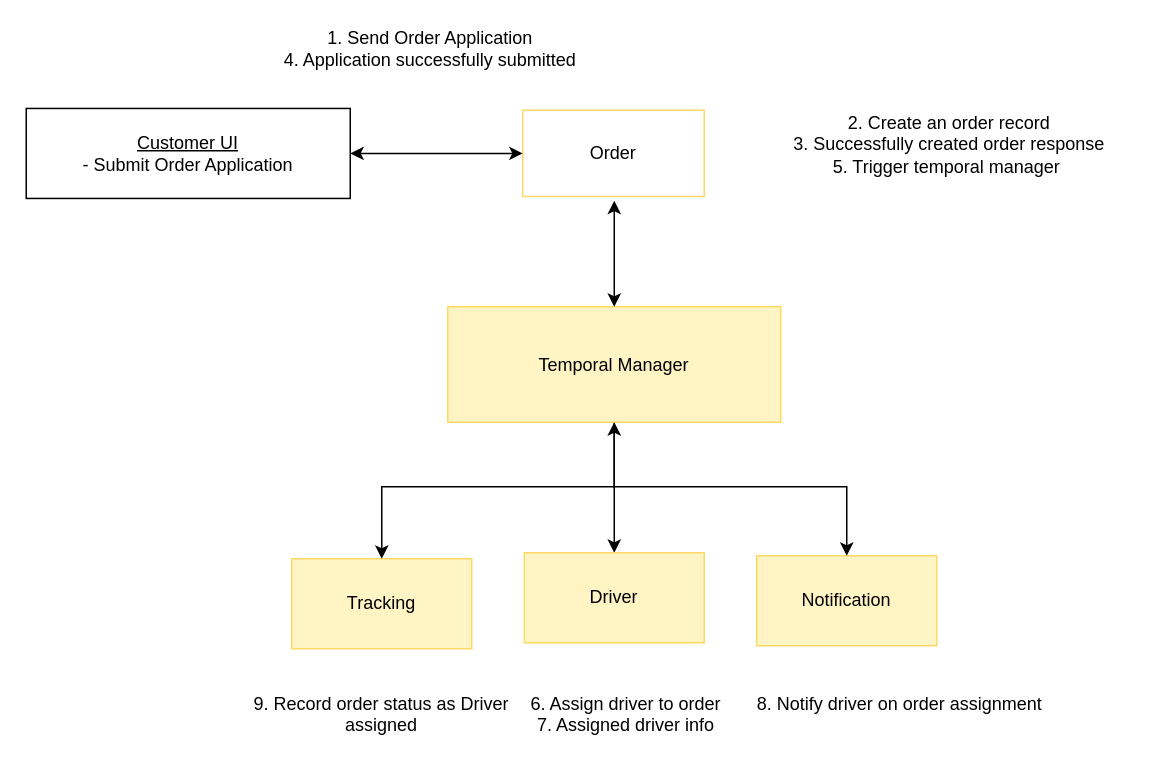
The draw.io diagram diagrams/CustomerSubmitOrderRequest.drawio in darkliyznyanlin910/esd-2425T2, before the edit. Source tidied: cells renumbered, new cells numbered last; positions are measured from the earlier drawing's top-left corner, leaving out a move shared by most shapes. Both pictures are drawn from the tidied source at 150%, with x=0, y=0 at pixel (26, 26).
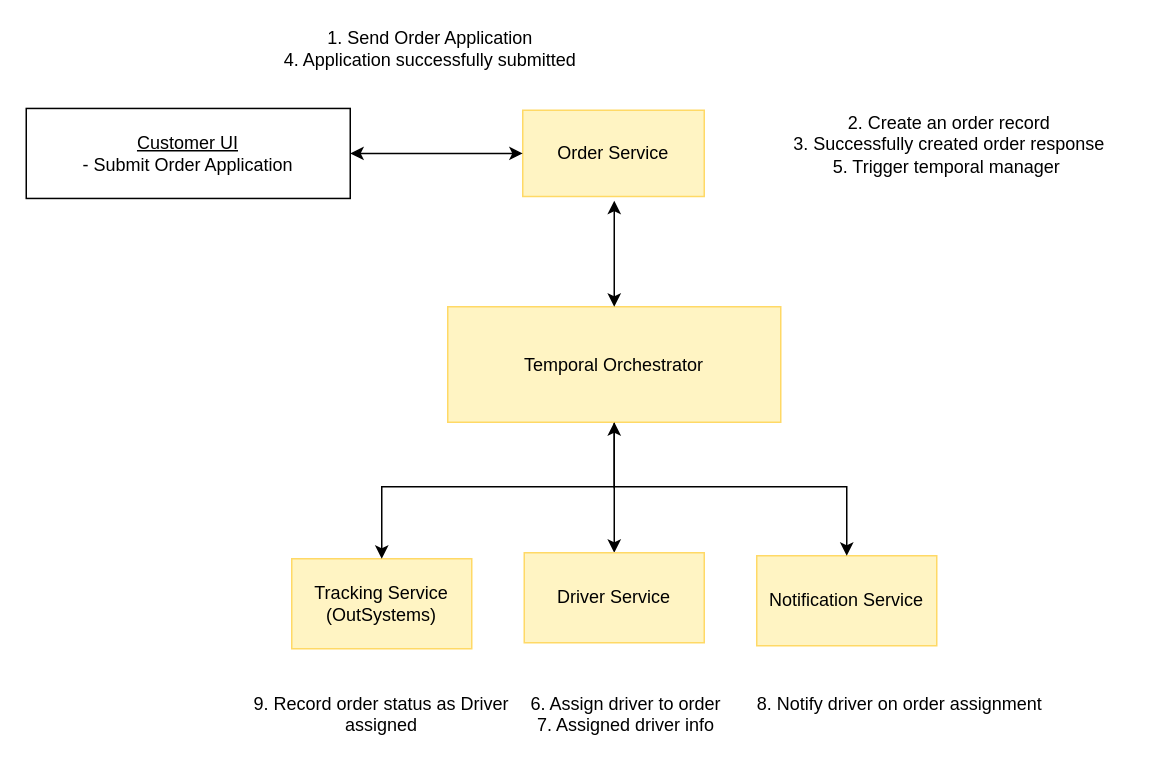
Above is the later version.

Commit message:
Updated CustomerSubmitOrderRequest digram

The edit, as a diff of the source:
```diff
@@
-    <mxCell id="4" value="Temporal Manager" style="rounded=0;whiteSpace=wrap;html=1;fillColor=light-dark(#FFF4C3,var(--ge-dark-color, #121212));strokeColor=light-dark(#FFD966,#FFFFFF);" parent="1" vertex="1">
+    <mxCell id="4" value="Temporal Orchestrator" style="rounded=0;whiteSpace=wrap;html=1;fillColor=light-dark(#FFF4C3,var(--ge-dark-color, #121212));strokeColor=light-dark(#FFD966,#FFFFFF);" parent="1" vertex="1">
       <mxGeometry x="281" y="187" width="222" height="77" as="geometry" />
     </mxCell>
-    <mxCell id="5" value="Order" style="rounded=0;whiteSpace=wrap;html=1;fillColor=none;strokeColor=light-dark(#FFD966,#FFFFFF);" parent="1" vertex="1">
+    <mxCell id="5" value="Order Service" style="rounded=0;whiteSpace=wrap;html=1;fillColor=light-dark(#FFF4C3,#FFFFFF);strokeColor=light-dark(#FFD966,#FFFFFF);" parent="1" vertex="1">
       <mxGeometry x="331" y="56" width="121" height="57.5" as="geometry" />
     </mxCell>
-    <mxCell id="6" value="Tracking" style="rounded=0;whiteSpace=wrap;html=1;fillColor=light-dark(#FFF4C3,var(--ge-dark-color, #121212));strokeColor=light-dark(#FFD966,#FFFFFF);" parent="1" vertex="1">
+    <mxCell id="6" value="Tracking Service&lt;div&gt;(OutSystems)&lt;/div&gt;" style="rounded=0;whiteSpace=wrap;html=1;fillColor=light-dark(#FFF4C3,var(--ge-dark-color, #121212));strokeColor=light-dark(#FFD966,#FFFFFF);" parent="1" vertex="1">
       <mxGeometry x="177" y="355" width="120" height="60" as="geometry" />
     </mxCell>
-    <mxCell id="7" value="Driver" style="rounded=0;whiteSpace=wrap;html=1;fillColor=light-dark(#FFF4C3,var(--ge-dark-color, #121212));strokeColor=light-dark(#FFD966,#FFFFFF);" parent="1" vertex="1">
+    <mxCell id="7" value="Driver Service" style="rounded=0;whiteSpace=wrap;html=1;fillColor=light-dark(#FFF4C3,var(--ge-dark-color, #121212));strokeColor=light-dark(#FFD966,#FFFFFF);" parent="1" vertex="1">
       <mxGeometry x="332" y="351" width="120" height="60" as="geometry" />
     </mxCell>
-    <mxCell id="8" value="Notification" style="rounded=0;whiteSpace=wrap;html=1;strokeColor=light-dark(#FFD966,#FFFFFF);fillColor=light-dark(#FFF4C3,var(--ge-dark-color, #121212));" parent="1" vertex="1">
+    <mxCell id="8" value="Notification Service" style="rounded=0;whiteSpace=wrap;html=1;strokeColor=light-dark(#FFD966,#FFFFFF);fillColor=light-dark(#FFF4C3,var(--ge-dark-color, #121212));" parent="1" vertex="1">
       <mxGeometry x="487" y="353" width="120" height="60" as="geometry" />
     </mxCell>
```
